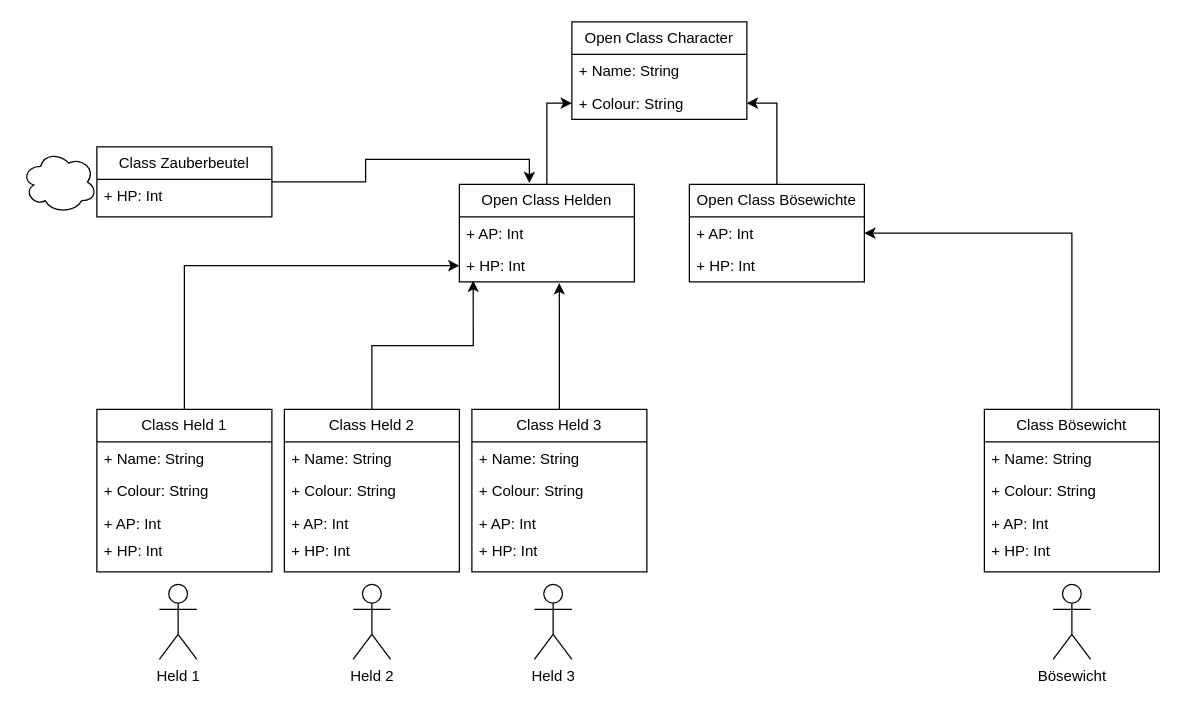
DanielGabler/DanielGabler keeps this draw.io diagram as Unbenanntes Diagramm.drawio. Above is the earlier version. Source tidied: cells renumbered, new cells numbered last; positions are measured from the earlier drawing's top-left corner, leaving out a move shared by most shapes. Both pictures are drawn from the tidied source at 125%, with x=0, y=0 at pixel (21, 21).
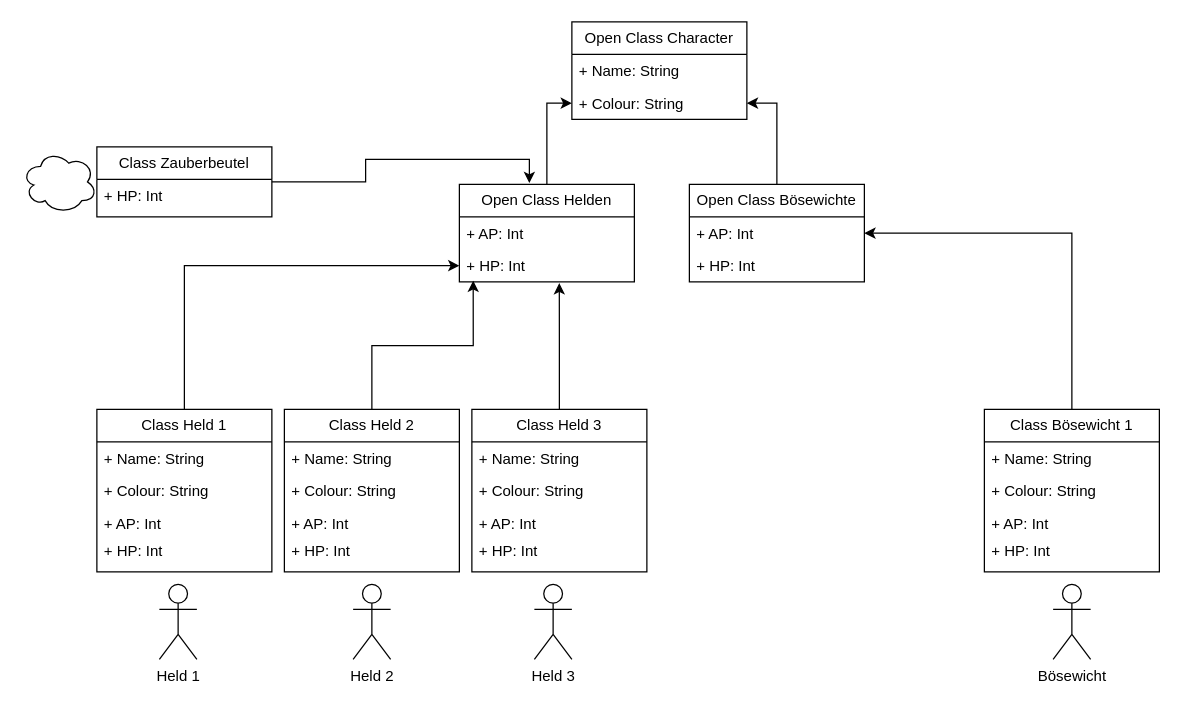
Above is the later version.

Commit message (it also covers changes not shown here):
RPG Klassen.drawio aktualisiert

The edit, as a diff of the source:
```diff
@@
-    <mxCell id="14" value="Class Bösewicht" style="swimlane;fontStyle=0;horizontal=1;startSize=26;fillColor=none;whiteSpace=wrap;html=1;" parent="1" vertex="1">
+    <mxCell id="14" value="Class Bösewicht 1" style="swimlane;fontStyle=0;horizontal=1;startSize=26;fillColor=none;whiteSpace=wrap;html=1;" parent="1" vertex="1">
       <mxGeometry x="770" y="310" width="140" height="130" as="geometry" />
     </mxCell>
```
